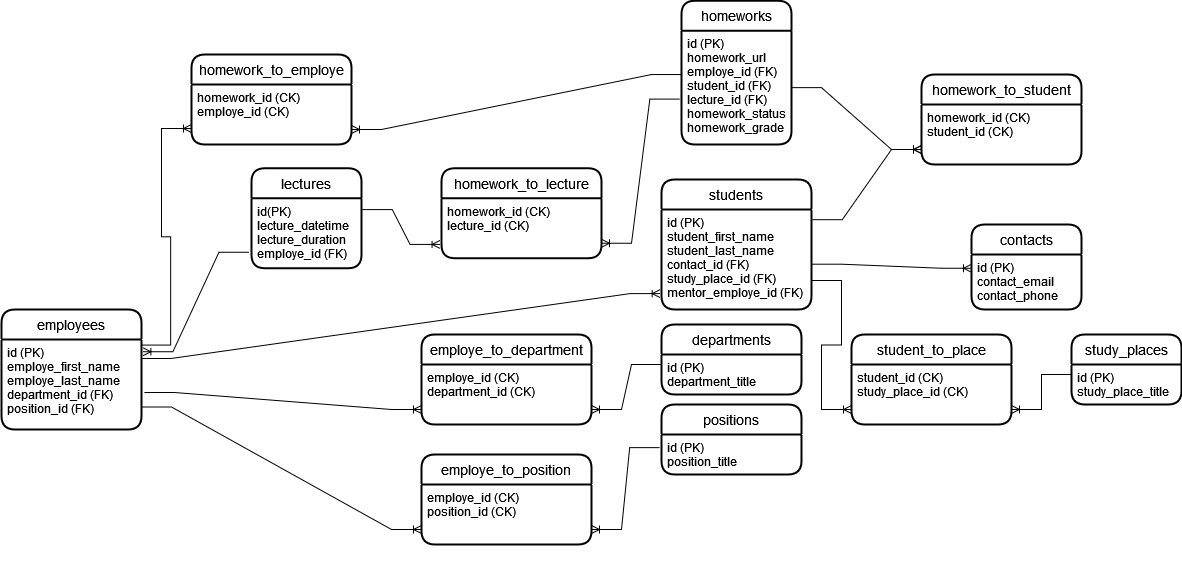
Before: part2/KolesaDB.drawio.png, a diagram exported from draw.io (Kolesa-Education/kolesa-upgrade-homework-4). Source tidied: cells renumbered, new cells last; positions are measured from the earlier drawing's top-left corner, leaving out a move shared by most shapes.
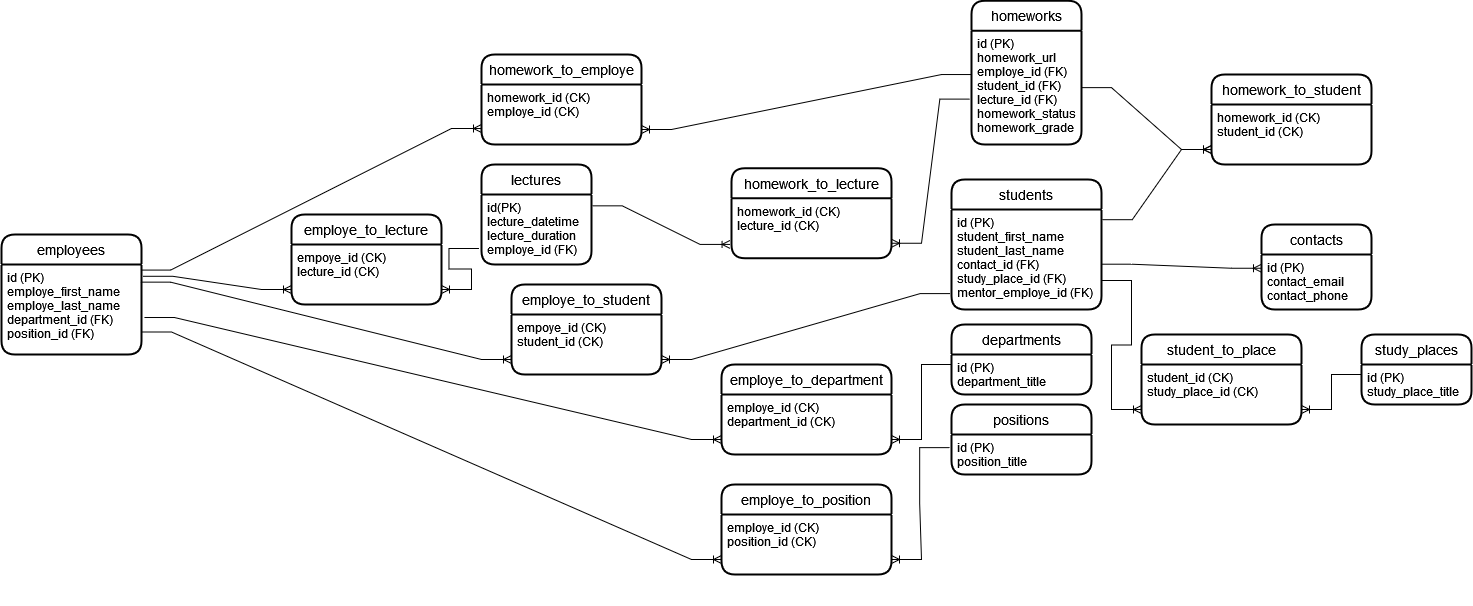
Above is the later version.

Commit message:
выполняю задание 4.2 - добавил динамики

The edit, as a diff of the source:
```diff
@@ -3,7 +3,7 @@
     <mxCell id="0" />
     <mxCell id="1" parent="0" />
     <mxCell id="2" value="lectures" style="swimlane;horizontal=1;startSize=30;rounded=1;fontSize=14;fontStyle=0;strokeWidth=2;shadow=0;dashed=0;align=center;" parent="1" vertex="1">
-      <mxGeometry x="250" y="167.8" width="110" height="100" as="geometry" />
+      <mxGeometry x="190" y="164" width="110" height="100" as="geometry" />
     </mxCell>
     <mxCell id="3" value="id(PK)&#10;lecture_datetime&#10;lecture_duration&#10;employe_id (FK)&#10;&#10;&#10;&#10;&#10;&#10;" style="align=left;strokeColor=none;fillColor=none;spacingLeft=4;fontSize=12;verticalAlign=top;" parent="2" vertex="1">
       <mxGeometry y="30" width="110" height="90" as="geometry" />
@@ -18,7 +18,7 @@
       <mxGeometry y="300" width="110" height="-200" as="geometry" />
     </mxCell>
     <mxCell id="7" value="employees" style="swimlane;horizontal=1;startSize=30;rounded=1;fontSize=14;fontStyle=0;strokeWidth=2;shadow=0;dashed=0;align=center;" parent="1" vertex="1">
-      <mxGeometry y="309" width="140" height="120" as="geometry" />
+      <mxGeometry x="-290" y="234" width="140" height="120" as="geometry" />
     </mxCell>
     <mxCell id="8" value="id (PK)&#10;employe_first_name&#10;employe_last_name&#10;department_id (FK)&#10;position_id (FK)&#10;&#10;&#10;" style="align=left;strokeColor=none;fillColor=none;spacingLeft=4;fontSize=12;verticalAlign=top;" parent="7" vertex="1">
       <mxGeometry y="30" width="140" height="90" as="geometry" />
@@ -103,12 +103,9 @@
     <mxCell id="34" style="edgeStyle=entityRelationEdgeStyle;fontSize=12;html=1;endArrow=ERoneToMany;rounded=0;exitX=1.005;exitY=0.102;exitDx=0;exitDy=0;exitPerimeter=0;" parent="1" edge="1" source="10" target="31">
       <mxGeometry relative="1" as="geometry" />
     </mxCell>
-    <mxCell id="35" style="edgeStyle=entityRelationEdgeStyle;fontSize=12;html=1;endArrow=ERoneToMany;rounded=0;exitX=-0.023;exitY=0.6;exitDx=0;exitDy=0;exitPerimeter=0;entryX=1.01;entryY=0.136;entryDx=0;entryDy=0;entryPerimeter=0;" parent="1" edge="1" source="3" target="8">
+    <mxCell id="35" style="edgeStyle=entityRelationEdgeStyle;fontSize=12;html=1;endArrow=ERoneToMany;rounded=0;exitX=-0.023;exitY=0.6;exitDx=0;exitDy=0;exitPerimeter=0;" parent="1" edge="1" source="3" target="60">
       <mxGeometry relative="1" as="geometry" />
     </mxCell>
-    <mxCell id="36" style="edgeStyle=entityRelationEdgeStyle;fontSize=12;html=1;endArrow=ERoneToMany;rounded=0;entryX=-0.009;entryY=0.841;entryDx=0;entryDy=0;entryPerimeter=0;exitX=0.997;exitY=0.211;exitDx=0;exitDy=0;exitPerimeter=0;" parent="1" edge="1" source="8" target="10">
-      <mxGeometry relative="1" as="geometry" />
-    </mxCell>
     <mxCell id="37" value="homework_to_lecture" style="swimlane;horizontal=1;startSize=30;rounded=1;fontSize=14;fontStyle=0;strokeWidth=2;shadow=0;dashed=0;align=center;" parent="1" vertex="1">
       <mxGeometry x="440" y="167.8" width="160" height="90" as="geometry" />
     </mxCell>
@@ -142,7 +139,7 @@
       <mxGeometry relative="1" as="geometry" />
     </mxCell>
     <mxCell id="47" value="employe_to_department" style="swimlane;horizontal=1;startSize=30;rounded=1;fontSize=14;fontStyle=0;strokeWidth=2;shadow=0;dashed=0;align=center;" parent="1" vertex="1">
-      <mxGeometry x="420" y="334" width="170" height="90" as="geometry" />
+      <mxGeometry x="430" y="364" width="170" height="90" as="geometry" />
     </mxCell>
     <mxCell id="48" value="employe_id (CK) &#10;department_id (CK)&#10;" style="align=left;strokeColor=none;fillColor=none;spacingLeft=4;fontSize=12;verticalAlign=top;" parent="47" vertex="1">
       <mxGeometry y="30" width="170" height="90" as="geometry" />
@@ -165,5 +162,32 @@
     <mxCell id="54" style="edgeStyle=entityRelationEdgeStyle;fontSize=12;html=1;endArrow=ERoneToMany;rounded=0;entryX=0;entryY=0.5;entryDx=0;entryDy=0;exitX=1;exitY=0.75;exitDx=0;exitDy=0;" parent="1" edge="1" source="8" target="50">
       <mxGeometry relative="1" as="geometry" />
     </mxCell>
+    <mxCell id="36" style="edgeStyle=entityRelationEdgeStyle;fontSize=12;html=1;endArrow=ERoneToMany;rounded=0;entryX=1;entryY=0.5;entryDx=0;entryDy=0;exitX=-0.009;exitY=0.841;exitDx=0;exitDy=0;exitPerimeter=0;" parent="1" edge="1" source="10" target="56">
+      <mxGeometry relative="1" as="geometry" />
+    </mxCell>
+    <mxCell id="55" value="employe_to_student" style="swimlane;horizontal=1;startSize=30;rounded=1;fontSize=14;fontStyle=0;strokeWidth=2;shadow=0;dashed=0;align=center;" parent="1" vertex="1">
+      <mxGeometry x="220" y="284" width="150" height="90" as="geometry" />
+    </mxCell>
+    <mxCell id="56" value="empoye_id (CK) &#10;student_id (CK)&#10;" style="align=left;strokeColor=none;fillColor=none;spacingLeft=4;fontSize=12;verticalAlign=top;" parent="55" vertex="1">
+      <mxGeometry y="30" width="150" height="90" as="geometry" />
+    </mxCell>
+    <mxCell id="57" value="&#10;" style="align=left;strokeColor=none;fillColor=none;spacingLeft=4;fontSize=12;verticalAlign=top;" parent="55" vertex="1">
+      <mxGeometry y="120" width="150" height="-30" as="geometry" />
+    </mxCell>
+    <mxCell id="58" style="edgeStyle=entityRelationEdgeStyle;fontSize=12;html=1;endArrow=ERoneToMany;rounded=0;exitX=0.993;exitY=0.196;exitDx=0;exitDy=0;exitPerimeter=0;entryX=0;entryY=0.5;entryDx=0;entryDy=0;" parent="1" edge="1" source="8" target="56">
+      <mxGeometry relative="1" as="geometry" />
+    </mxCell>
+    <mxCell id="59" value="employe_to_lecture" style="swimlane;horizontal=1;startSize=30;rounded=1;fontSize=14;fontStyle=0;strokeWidth=2;shadow=0;dashed=0;align=center;" parent="1" vertex="1">
+      <mxGeometry y="214" width="150" height="90" as="geometry" />
+    </mxCell>
+    <mxCell id="60" value="empoye_id (CK) &#10;lecture_id (CK)&#10;" style="align=left;strokeColor=none;fillColor=none;spacingLeft=4;fontSize=12;verticalAlign=top;" parent="59" vertex="1">
+      <mxGeometry y="30" width="150" height="90" as="geometry" />
+    </mxCell>
+    <mxCell id="61" value="&#10;" style="align=left;strokeColor=none;fillColor=none;spacingLeft=4;fontSize=12;verticalAlign=top;" parent="59" vertex="1">
+      <mxGeometry y="120" width="150" height="-30" as="geometry" />
+    </mxCell>
+    <mxCell id="62" style="edgeStyle=entityRelationEdgeStyle;fontSize=12;html=1;endArrow=ERoneToMany;rounded=0;entryX=0;entryY=0.5;entryDx=0;entryDy=0;exitX=1.009;exitY=0.131;exitDx=0;exitDy=0;exitPerimeter=0;" parent="1" edge="1" source="8" target="60">
+      <mxGeometry relative="1" as="geometry" />
+    </mxCell>
   </root>
 </mxGraphModel>
```
